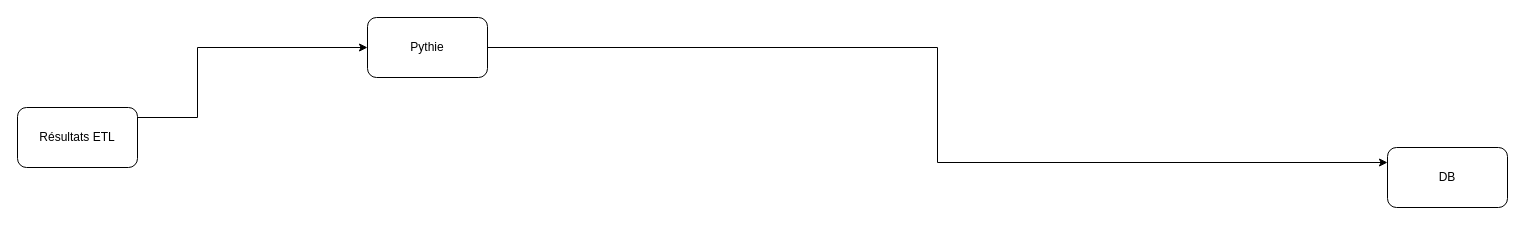
Above: Diagramme sans nom.drawio in diop25/Projet-IA (draw.io), before the change. Source tidied: cells renumbered, new cells numbered last; positions are measured from the earlier drawing's top-left corner, leaving out a move shared by most shapes. Both pictures are drawn from the tidied source at 100%, with x=0, y=0 at pixel (17, 17).
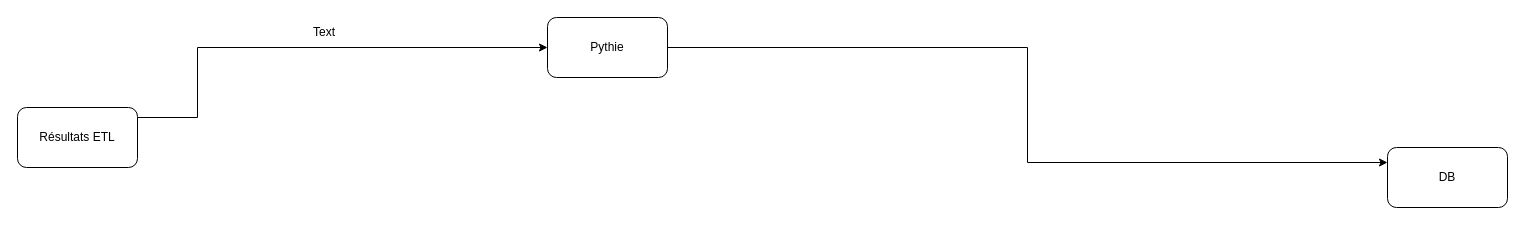
After the change.

The edit, as a diff of the source:
```diff
@@
 <mxGraphModel>
   <root>
     <mxCell id="0" />
     <mxCell id="1" parent="0" />
     <mxCell id="2" style="edgeStyle=orthogonalEdgeStyle;rounded=0;jettySize=auto;html=1;elbow=vertical;curved=0;" parent="1" edge="1" source="3" target="5">
       <mxGeometry relative="1" as="geometry">
         <Array as="points">
           <mxPoint x="180" y="100" />
           <mxPoint x="180" y="30" />
         </Array>
       </mxGeometry>
     </mxCell>
     <mxCell id="3" value="Résultats ETL" style="rounded=1;whiteSpace=wrap;html=1;" parent="1" vertex="1">
       <mxGeometry y="90" width="120" height="60" as="geometry" />
     </mxCell>
     <mxCell id="4" style="edgeStyle=orthogonalEdgeStyle;rounded=0;jettySize=auto;html=1;entryX=0;entryY=0.25;entryDx=0;entryDy=0;" parent="1" edge="1" source="5" target="6">
       <mxGeometry relative="1" as="geometry" />
     </mxCell>
     <mxCell id="5" value="Pythie" style="rounded=1;whiteSpace=wrap;html=1;" parent="1" vertex="1">
-      <mxGeometry x="350" width="120" height="60" as="geometry" />
+      <mxGeometry x="530" width="120" height="60" as="geometry" />
     </mxCell>
     <mxCell id="6" value="DB" style="rounded=1;whiteSpace=wrap;html=1;" parent="1" vertex="1">
       <mxGeometry x="1370" y="130" width="120" height="60" as="geometry" />
     </mxCell>
+    <mxCell id="7" value="Text" style="text;html=1;whiteSpace=wrap;strokeColor=none;fillColor=none;align=center;verticalAlign=middle;rounded=0;" parent="1" vertex="1">
+      <mxGeometry x="277" width="60" height="30" as="geometry" />
+    </mxCell>
   </root>
 </mxGraphModel>
```
